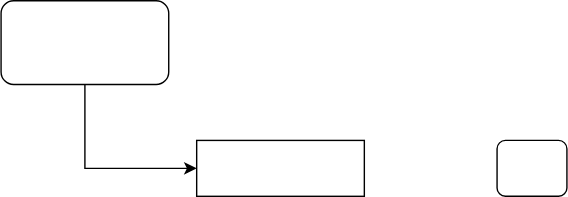
Above: Untitled Diagram.drawio.svg in Narendarselva/autoware_docs (draw.io), before the change. Source tidied: cells renumbered, new cells last; positions are measured from the earlier drawing's top-left corner, leaving out a move shared by most shapes.
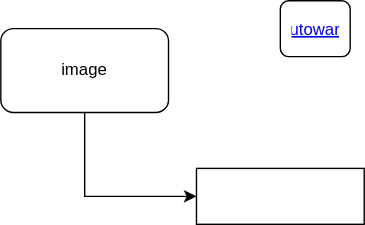
The same diagram one commit later.

The edit, as a diff of the source:
```diff
@@ -13,11 +13,11 @@
         </Array>
       </mxGeometry>
     </mxCell>
-    <mxCell id="4" style="rounded=1;whiteSpace=wrap;html=1;glass=0;sketch=0;" parent="1" vertex="1">
+    <mxCell id="4" value="image" style="rounded=1;whiteSpace=wrap;html=1;glass=0;sketch=0;" parent="1" vertex="1">
       <mxGeometry width="120" height="60" as="geometry" />
     </mxCell>
-    <mxCell id="5" style="fontColor=#0000EE;fontStyle=4;rounded=1;overflow=hidden;spacing=10;glass=0;sketch=0;" parent="1" vertex="1">
-      <mxGeometry x="355" y="100" width="50" height="40" as="geometry" />
+    <mxCell id="5" value="autoware" style="fontColor=#0000EE;fontStyle=4;rounded=1;overflow=hidden;spacing=10;glass=0;sketch=0;" parent="1" vertex="1">
+      <mxGeometry x="200" y="-20" width="50" height="40" as="geometry" />
     </mxCell>
   </root>
 </mxGraphModel>
```
